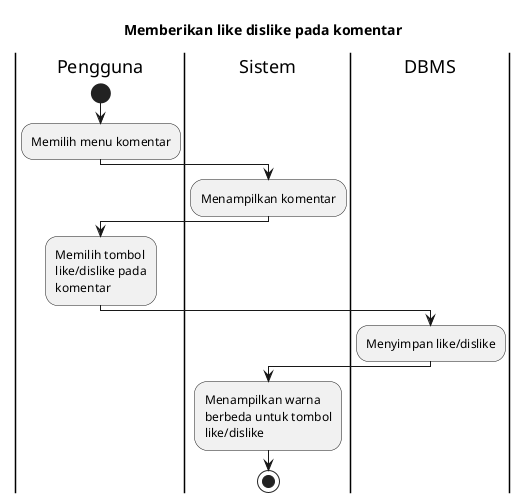
This is export/Activity Diagrams/UC-MAP - Peta Bencana/UC-MAP-016 - Memberikan like dislike pada komentar.png from bagusNA/appl-diagrams, a PlantUML export, as it was before one commit.
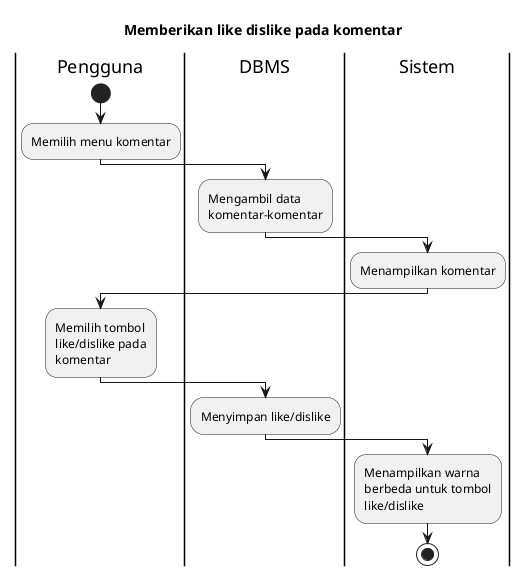
Above is the later version.

The edit, as a diff of the source:
```diff
@@ -6,6 +6,9 @@
 |Pengguna|
 start
 :Memilih menu komentar;
+
+|DBMS|
+:Mengambil data komentar-komentar;
 
 |Sistem|
 :Menampilkan komentar;
```
